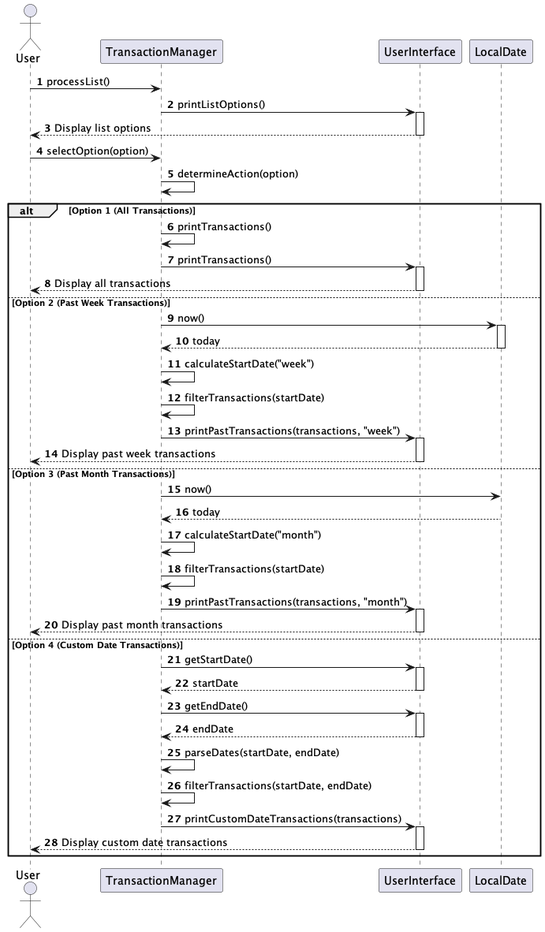
Earlier version of the PlantUML export docs/uml/uml-images/processList.png (Vavinan/tp).
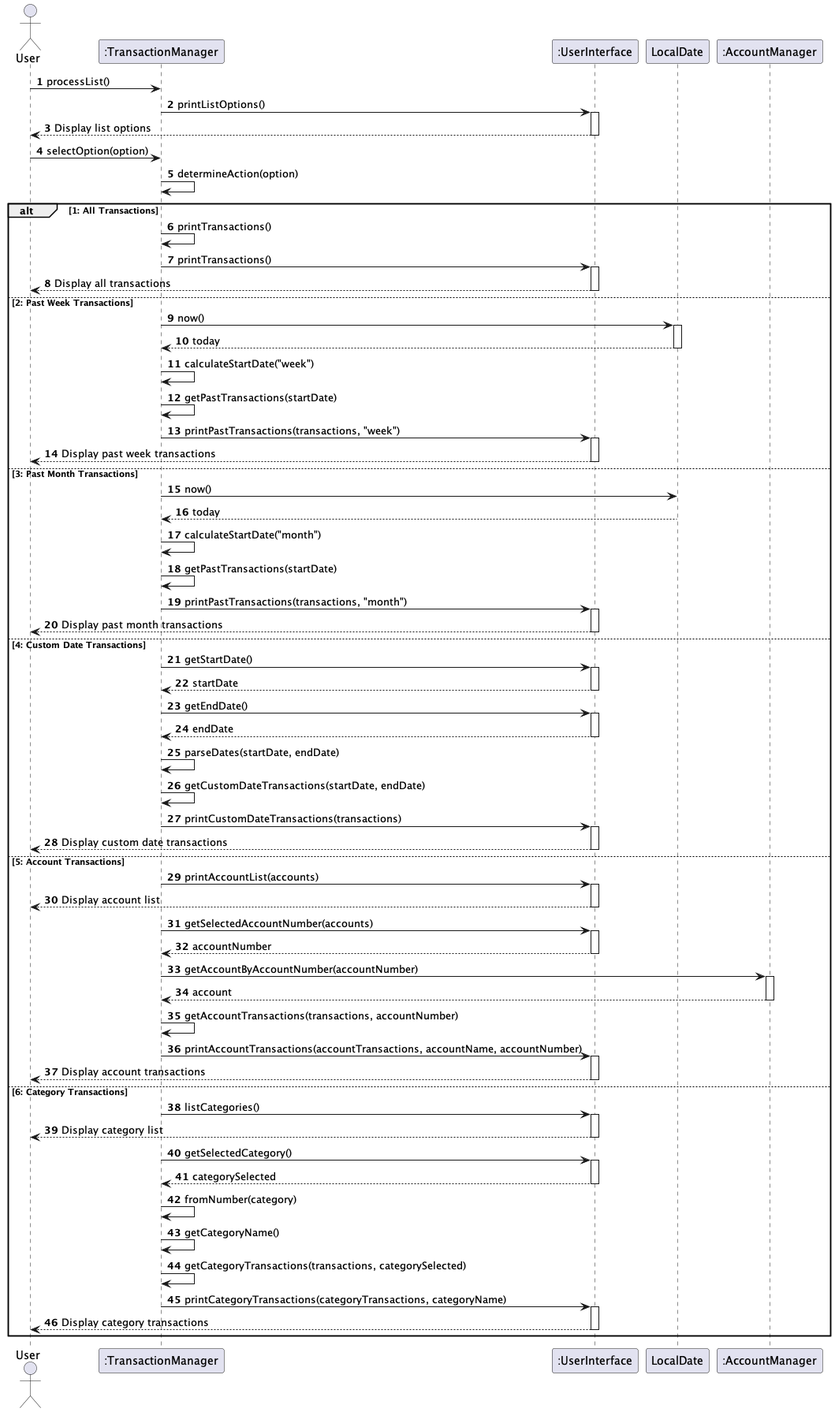
After the commit.

Commit message:
Update UML sequence diagram for list feature

The edit, as a diff of the source:
```diff
@@ -3,9 +3,10 @@
 autonumber
 
 actor User
-participant "TransactionManager" as TM
-participant "UserInterface" as UI
+participant ":TransactionManager" as TM
+participant ":UserInterface" as UI
 participant "LocalDate" as LD
+participant ":AccountManager" as AM
 
 User -> TM: processList()
 TM -> UI: printListOptions()
@@ -15,33 +16,33 @@
 User -> TM: selectOption(option)
 TM -> TM: determineAction(option)
 
-alt Option 1 (All Transactions)
+alt 1: All Transactions
     TM -> TM: printTransactions()
     TM -> UI: printTransactions()
     activate UI
     UI --> User: Display all transactions
     deactivate UI
-else Option 2 (Past Week Transactions)
+else 2: Past Week Transactions
     TM -> LD: now()
     activate LD
     LD --> TM: today
     deactivate LD
     TM -> TM: calculateStartDate("week")
-    TM -> TM: filterTransactions(startDate)
+    TM -> TM: getPastTransactions(startDate)
     TM -> UI: printPastTransactions(transactions, "week")
     activate UI
     UI --> User: Display past week transactions
     deactivate UI
-else Option 3 (Past Month Transactions)
+else 3: Past Month Transactions
     TM -> LD: now()
     LD --> TM: today
     TM -> TM: calculateStartDate("month")
-    TM -> TM: filterTransactions(startDate)
+    TM -> TM: getPastTransactions(startDate)
     TM -> UI: printPastTransactions(transactions, "month")
     activate UI
     UI --> User: Display past month transactions
     deactivate UI
-else Option 4 (Custom Date Transactions)
+else 4: Custom Date Transactions
     TM -> UI: getStartDate()
     activate UI
     UI --> TM: startDate
@@ -51,10 +52,44 @@
     UI --> TM: endDate
     deactivate UI
     TM -> TM: parseDates(startDate, endDate)
-    TM -> TM: filterTransactions(startDate, endDate)
+    TM -> TM: getCustomDateTransactions(startDate, endDate)
     TM -> UI: printCustomDateTransactions(transactions)
     activate UI
     UI --> User: Display custom date transactions
     deactivate UI
+else 5: Account Transactions
+    TM -> UI: printAccountList(accounts)
+    activate UI
+    UI --> User: Display account list
+    deactivate UI
+    TM -> UI: getSelectedAccountNumber(accounts)
+    activate UI
+    UI --> TM: accountNumber
+    deactivate UI
+    TM -> AM: getAccountByAccountNumber(accountNumber)
+    activate AM
+    AM --> TM: account
+    deactivate AM
+    TM -> TM: getAccountTransactions(transactions, accountNumber)
+    TM -> UI: printAccountTransactions(accountTransactions, accountName, accountNumber)
+    activate UI
+    UI ---> User: Display account transactions
+    deactivate UI
+else 6: Category Transactions
+    TM -> UI: listCategories()
+    activate UI
+    UI --> User: Display category list
+    deactivate UI
+    TM -> UI: getSelectedCategory()
+    activate UI
+    UI --> TM: categorySelected
+    deactivate UI
+    TM -> TM: fromNumber(category)
+    TM -> TM: getCategoryName()
+    TM -> TM: getCategoryTransactions(transactions, categorySelected)
+    TM -> UI: printCategoryTransactions(categoryTransactions, categoryName)
+    activate UI
+    UI --> User: Display category transactions
+    deactivate UI
 end
 @enduml
```
